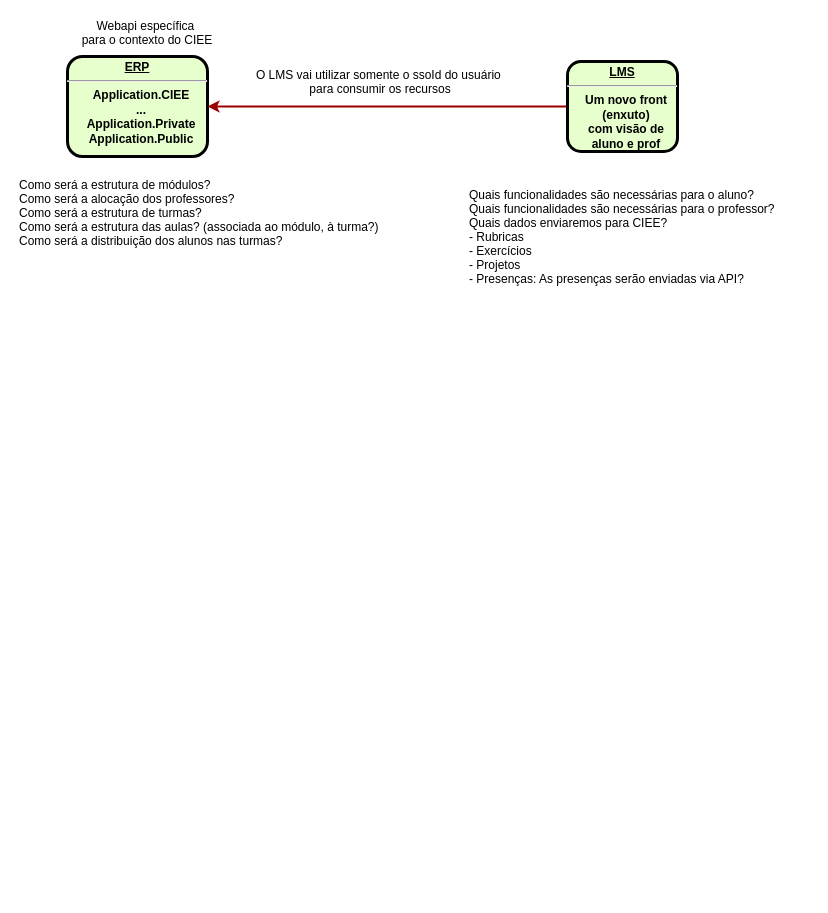
The draw.io diagram ERP-LMS-CIEE.drawio in eldoncosta1/diagrams, before the edit. Source tidied: cells renumbered, new cells numbered last; positions are measured from the earlier drawing's top-left corner, leaving out a move shared by most shapes. Both pictures are drawn from the tidied source at 100%, with x=0, y=0 at pixel (17, 17).
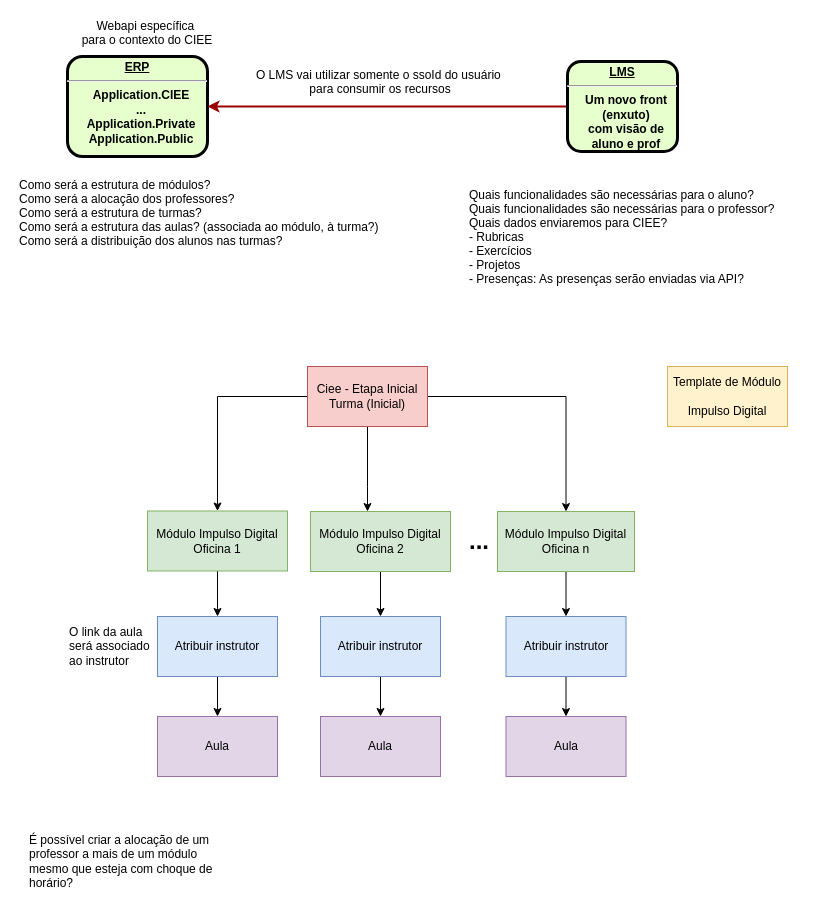
Above is the later version.

The edit, as a diff of the source:
```diff
@@
+    <mxCell id="9" style="edgeStyle=orthogonalEdgeStyle;rounded=0;jettySize=auto;html=1;" parent="1" edge="1" source="12" target="21">
+      <mxGeometry relative="1" as="geometry">
+        <Array as="points">
+          <mxPoint x="350" y="469" />
+          <mxPoint x="350" y="469" />
+        </Array>
+      </mxGeometry>
+    </mxCell>
+    <mxCell id="10" style="edgeStyle=orthogonalEdgeStyle;rounded=0;jettySize=auto;html=1;" parent="1" edge="1" source="12" target="14">
+      <mxGeometry relative="1" as="geometry" />
+    </mxCell>
+    <mxCell id="11" style="edgeStyle=orthogonalEdgeStyle;rounded=0;jettySize=auto;html=1;entryX=0.5;entryY=0;entryDx=0;entryDy=0;" parent="1" edge="1" source="12" target="23">
+      <mxGeometry relative="1" as="geometry" />
+    </mxCell>
+    <mxCell id="12" value="Ciee - Etapa Inicial&lt;br&gt;Turma (Inicial)" style="rounded=0;whiteSpace=wrap;html=1;fillColor=#f8cecc;strokeColor=#b85450;" parent="1" vertex="1">
+      <mxGeometry x="290" y="349" width="120" height="60" as="geometry" />
+    </mxCell>
+    <mxCell id="13" style="edgeStyle=orthogonalEdgeStyle;rounded=0;jettySize=auto;html=1;" parent="1" edge="1" source="14" target="18">
+      <mxGeometry relative="1" as="geometry" />
+    </mxCell>
+    <mxCell id="14" value="&lt;font&gt;Módulo Impulso Digital Oficina 1&lt;/font&gt;" style="rounded=0;whiteSpace=wrap;html=1;align=center;fillColor=#d5e8d4;strokeColor=#82b366;" parent="1" vertex="1">
+      <mxGeometry x="130" y="493.5" width="140" height="60" as="geometry" />
+    </mxCell>
+    <mxCell id="15" value="Aula" style="rounded=0;whiteSpace=wrap;html=1;fillColor=#e1d5e7;strokeColor=#9673a6;" parent="1" vertex="1">
+      <mxGeometry x="140" y="699" width="120" height="60" as="geometry" />
+    </mxCell>
+    <mxCell id="16" value="Template de Módulo&lt;div&gt;&lt;br&gt;&lt;div&gt;Impulso Digital&lt;/div&gt;&lt;/div&gt;" style="rounded=0;whiteSpace=wrap;html=1;fillColor=#fff2cc;strokeColor=#d6b656;" parent="1" vertex="1">
+      <mxGeometry x="650" y="349" width="120" height="60" as="geometry" />
+    </mxCell>
+    <mxCell id="17" style="edgeStyle=orthogonalEdgeStyle;rounded=0;jettySize=auto;html=1;" parent="1" edge="1" source="18" target="15">
+      <mxGeometry relative="1" as="geometry" />
+    </mxCell>
+    <mxCell id="18" value="Atribuir instrutor" style="rounded=0;whiteSpace=wrap;html=1;fillColor=#dae8fc;strokeColor=#6c8ebf;" parent="1" vertex="1">
+      <mxGeometry x="140" y="599" width="120" height="60" as="geometry" />
+    </mxCell>
+    <mxCell id="19" value="O link da aula será associado ao instrutor" style="text;html=1;align=left;verticalAlign=middle;whiteSpace=wrap;rounded=0;" parent="1" vertex="1">
+      <mxGeometry x="50" y="614" width="90" height="30" as="geometry" />
+    </mxCell>
+    <mxCell id="20" style="edgeStyle=orthogonalEdgeStyle;rounded=0;jettySize=auto;html=1;" parent="1" edge="1" source="21" target="28">
+      <mxGeometry relative="1" as="geometry" />
+    </mxCell>
+    <mxCell id="21" value="&lt;font&gt;Módulo Impulso Digital Oficina 2&lt;/font&gt;" style="rounded=0;whiteSpace=wrap;html=1;align=center;fillColor=#d5e8d4;strokeColor=#82b366;" parent="1" vertex="1">
+      <mxGeometry x="293" y="494" width="140" height="60" as="geometry" />
+    </mxCell>
+    <mxCell id="22" style="edgeStyle=orthogonalEdgeStyle;rounded=0;jettySize=auto;html=1;" parent="1" edge="1" source="23" target="31">
+      <mxGeometry relative="1" as="geometry" />
+    </mxCell>
+    <mxCell id="23" value="Módulo Impulso Digital Oficina n" style="whiteSpace=wrap;html=1;fillColor=#d5e8d4;strokeColor=#82b366;rounded=0;" parent="1" vertex="1">
+      <mxGeometry x="480" y="494" width="137" height="60" as="geometry" />
+    </mxCell>
+    <mxCell id="24" value="..." style="text;html=1;align=left;verticalAlign=middle;whiteSpace=wrap;rounded=0;strokeWidth=1;fontSize=24;fontStyle=1;" parent="1" vertex="1">
+      <mxGeometry x="450" y="509" width="27" height="30" as="geometry" />
+    </mxCell>
+    <mxCell id="25" value="É possível criar a alocação de um professor a mais de um módulo mesmo que esteja com choque de horário?" style="text;html=1;align=left;verticalAlign=middle;whiteSpace=wrap;rounded=0;" parent="1" vertex="1">
+      <mxGeometry x="10" y="809" width="200" height="70" as="geometry" />
+    </mxCell>
+    <mxCell id="26" value="Aula" style="rounded=0;whiteSpace=wrap;html=1;fillColor=#e1d5e7;strokeColor=#9673a6;" parent="1" vertex="1">
+      <mxGeometry x="303" y="699" width="120" height="60" as="geometry" />
+    </mxCell>
+    <mxCell id="27" style="edgeStyle=orthogonalEdgeStyle;rounded=0;jettySize=auto;html=1;" parent="1" edge="1" source="28" target="26">
+      <mxGeometry relative="1" as="geometry" />
+    </mxCell>
+    <mxCell id="28" value="Atribuir instrutor" style="rounded=0;whiteSpace=wrap;html=1;fillColor=#dae8fc;strokeColor=#6c8ebf;" parent="1" vertex="1">
+      <mxGeometry x="303" y="599" width="120" height="60" as="geometry" />
+    </mxCell>
+    <mxCell id="29" value="Aula" style="rounded=0;whiteSpace=wrap;html=1;fillColor=#e1d5e7;strokeColor=#9673a6;" parent="1" vertex="1">
+      <mxGeometry x="488.5" y="699" width="120" height="60" as="geometry" />
+    </mxCell>
+    <mxCell id="30" style="edgeStyle=orthogonalEdgeStyle;rounded=0;jettySize=auto;html=1;" parent="1" edge="1" source="31" target="29">
+      <mxGeometry relative="1" as="geometry" />
+    </mxCell>
+    <mxCell id="31" value="Atribuir instrutor" style="rounded=0;whiteSpace=wrap;html=1;fillColor=#dae8fc;strokeColor=#6c8ebf;" parent="1" vertex="1">
+      <mxGeometry x="488.5" y="599" width="120" height="60" as="geometry" />
+    </mxCell>
```
